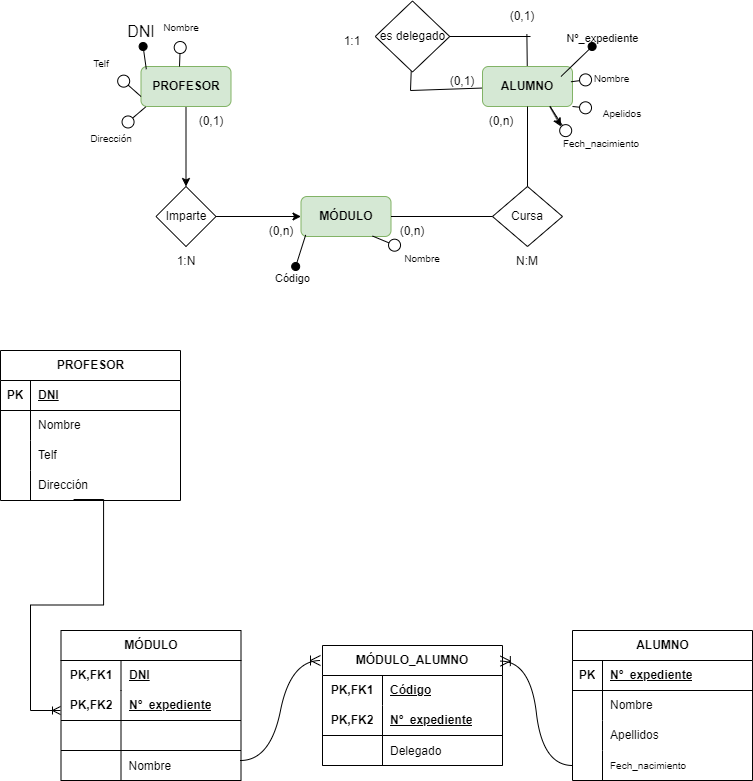
Before: Data Base/Exercise1E/R a Relacional.drawio.png, a diagram exported from draw.io (Samue45/1-DAM). Source tidied: cells renumbered, new cells last; positions are measured from the earlier drawing's top-left corner, leaving out a move shared by most shapes.
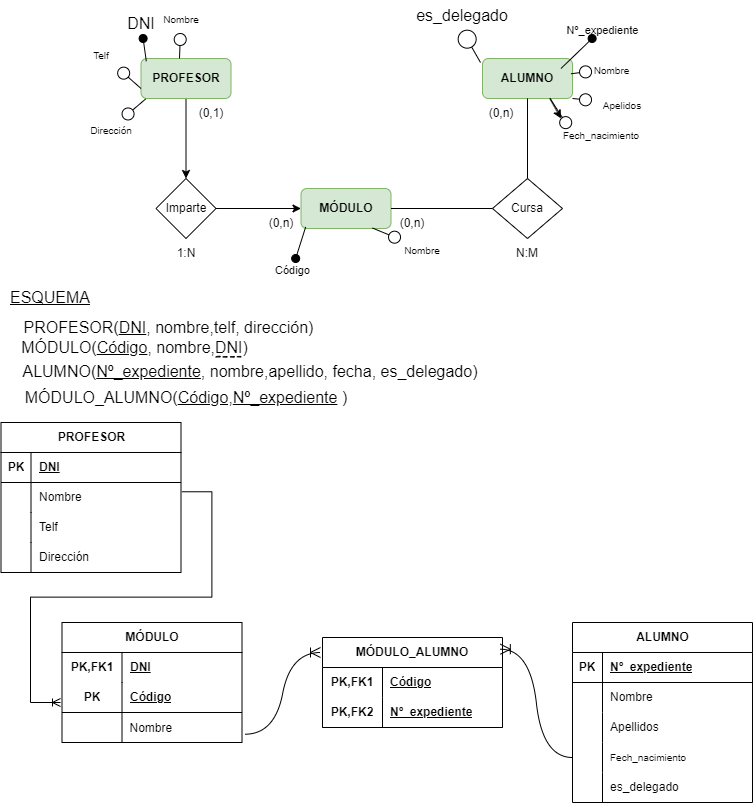
Later version of the same file.

Diff of the diagram source:
```diff
@@ -8,14 +8,6 @@
     <mxCell id="3" value="&lt;b&gt;&lt;font style=&quot;font-size: 12px;&quot;&gt;PROFESOR&lt;/font&gt;&lt;/b&gt;" style="rounded=1;whiteSpace=wrap;html=1;fillColor=#d5e8d4;strokeColor=#82b366;" parent="1" vertex="1">
       <mxGeometry x="140.5" y="66" width="90" height="40" as="geometry" />
     </mxCell>
-    <mxCell id="4" style="edgeStyle=none;curved=1;rounded=0;jettySize=auto;html=1;fontSize=12;startSize=8;endSize=8;endArrow=none;endFill=0;" parent="1" edge="1" source="6">
-      <mxGeometry relative="1" as="geometry">
-        <mxPoint x="410" y="90" as="targetPoint" />
-      </mxGeometry>
-    </mxCell>
-    <mxCell id="5" style="edgeStyle=none;curved=1;rounded=0;jettySize=auto;html=1;fontSize=12;startSize=8;endSize=8;endArrow=none;endFill=0;entryX=0.573;entryY=1.11;entryDx=0;entryDy=0;entryPerimeter=0;" parent="1" edge="1" source="6" target="97">
-      <mxGeometry relative="1" as="geometry" />
-    </mxCell>
     <mxCell id="6" value="&lt;b&gt;&lt;font style=&quot;font-size: 12px;&quot;&gt;ALUMNO&lt;/font&gt;&lt;/b&gt;" style="rounded=1;whiteSpace=wrap;html=1;fillColor=#d5e8d4;strokeColor=#82b366;" parent="1" vertex="1">
       <mxGeometry x="482" y="66" width="90" height="40" as="geometry" />
     </mxCell>
@@ -127,7 +119,7 @@
       <mxGeometry x="470.5" y="106" width="60" height="30" as="geometry" />
     </mxCell>
     <mxCell id="40" value="PROFESOR" style="shape=table;startSize=30;rowLines=0;fontStyle=1;align=center;html=1;" parent="1" vertex="1">
-      <mxGeometry y="350" width="180" height="150" as="geometry" />
+      <mxGeometry x="0.5" y="430" width="180" height="150" as="geometry" />
     </mxCell>
     <mxCell id="41" style="shape=tableRow;horizontal=0;startSize=0;swimlaneHead=0;swimlaneBody=0;fillColor=none;top=0;left=0;right=0;bottom=1;" parent="40" vertex="1">
       <mxGeometry y="30" width="180" height="30" as="geometry" />
@@ -166,7 +158,7 @@
       <mxGeometry x="30" width="150" height="30" as="geometry" />
     </mxCell>
     <mxCell id="53" value="ALUMNO" style="shape=table;startSize=30;rowLines=0;fontStyle=1;align=center;html=1;" parent="1" vertex="1">
-      <mxGeometry x="572" y="630" width="180" height="150" as="geometry" />
+      <mxGeometry x="572" y="630" width="180" height="180" as="geometry" />
     </mxCell>
     <mxCell id="54" style="shape=tableRow;horizontal=0;startSize=0;swimlaneHead=0;swimlaneBody=0;fillColor=none;top=0;left=0;right=0;bottom=1;" parent="53" vertex="1">
       <mxGeometry y="30" width="180" height="30" as="geometry" />
@@ -204,8 +196,17 @@
     <mxCell id="65" value="&lt;span style=&quot;font-size: 10px; text-align: center;&quot;&gt;Fech_nacimiento&lt;/span&gt;" style="shape=partialRectangle;fillColor=none;top=0;left=0;bottom=0;right=0;align=left;spacingLeft=6;overflow=hidden;whiteSpace=wrap;html=1;" parent="63" vertex="1">
       <mxGeometry x="30" width="150" height="30" as="geometry" />
     </mxCell>
+    <mxCell id="98" style="shape=tableRow;horizontal=0;startSize=0;swimlaneHead=0;swimlaneBody=0;fillColor=none;top=0;left=0;right=0;bottom=0;" parent="53" vertex="1">
+      <mxGeometry y="150" width="180" height="30" as="geometry" />
+    </mxCell>
+    <mxCell id="99" style="shape=partialRectangle;fillColor=none;top=0;left=0;bottom=0;right=0;overflow=hidden;whiteSpace=wrap;html=1;" parent="98" vertex="1">
+      <mxGeometry width="30" height="30" as="geometry" />
+    </mxCell>
+    <mxCell id="100" value="es_delegado" style="shape=partialRectangle;fillColor=none;top=0;left=0;bottom=0;right=0;align=left;spacingLeft=6;overflow=hidden;whiteSpace=wrap;html=1;" parent="98" vertex="1">
+      <mxGeometry x="30" width="150" height="30" as="geometry" />
+    </mxCell>
     <mxCell id="66" value="MÓDULO" style="shape=table;startSize=30;rowLines=0;fontStyle=1;align=center;html=1;whiteSpace=wrap;strokeWidth=1;swimlaneFillColor=none;fillColor=default;swimlaneLine=1;" parent="1" vertex="1">
-      <mxGeometry x="60.5" y="630" width="180" height="150" as="geometry" />
+      <mxGeometry x="61.5" y="630" width="180" height="120" as="geometry" />
     </mxCell>
     <mxCell id="67" style="shape=tableRow;horizontal=0;startSize=0;swimlaneHead=0;swimlaneBody=0;fillColor=none;top=0;left=0;right=0;bottom=0;html=1;" parent="66" vertex="1">
       <mxGeometry y="30" width="180" height="30" as="geometry" />
@@ -216,26 +217,17 @@
     <mxCell id="69" value="DNI" style="shape=partialRectangle;fillColor=none;top=0;left=0;bottom=0;right=0;align=left;spacingLeft=6;fontStyle=5;overflow=hidden;html=1;whiteSpace=wrap;" parent="67" vertex="1">
       <mxGeometry x="60" width="120" height="30" as="geometry" />
     </mxCell>
-    <mxCell id="70" style="shape=tableRow;horizontal=0;startSize=0;swimlaneHead=0;swimlaneBody=0;fillColor=none;top=0;left=0;right=0;bottom=1;html=1;" parent="66" vertex="1">
-      <mxGeometry y="60" width="180" height="30" as="geometry" />
-    </mxCell>
-    <mxCell id="71" value="PK,FK2" style="shape=partialRectangle;fillColor=none;top=0;left=0;bottom=0;right=0;fontStyle=1;overflow=hidden;html=1;whiteSpace=wrap;" parent="70" vertex="1">
-      <mxGeometry width="60" height="30" as="geometry" />
-    </mxCell>
-    <mxCell id="72" value="Nº_expediente" style="shape=partialRectangle;fillColor=none;top=0;left=0;bottom=0;right=0;align=left;spacingLeft=6;fontStyle=5;overflow=hidden;html=1;whiteSpace=wrap;" parent="70" vertex="1">
-      <mxGeometry x="60" width="120" height="30" as="geometry" />
-    </mxCell>
     <mxCell id="73" style="shape=tableRow;horizontal=0;startSize=0;swimlaneHead=0;swimlaneBody=0;fillColor=none;top=0;left=0;right=0;bottom=1;html=1;" parent="66" vertex="1">
-      <mxGeometry y="90" width="180" height="30" as="geometry" />
+      <mxGeometry y="60" width="180" height="30" as="geometry" />
     </mxCell>
-    <mxCell id="74" style="shape=partialRectangle;fillColor=none;top=0;left=0;bottom=0;right=0;fontStyle=1;overflow=hidden;html=1;whiteSpace=wrap;" parent="73" vertex="1">
+    <mxCell id="74" value="PK" style="shape=partialRectangle;fillColor=none;top=0;left=0;bottom=0;right=0;fontStyle=1;overflow=hidden;html=1;whiteSpace=wrap;" parent="73" vertex="1">
       <mxGeometry width="60" height="30" as="geometry" />
     </mxCell>
-    <mxCell id="75" style="shape=partialRectangle;fillColor=none;top=0;left=0;bottom=0;right=0;align=left;spacingLeft=6;fontStyle=5;overflow=hidden;html=1;whiteSpace=wrap;" parent="73" vertex="1">
+    <mxCell id="75" value="Código" style="shape=partialRectangle;fillColor=none;top=0;left=0;bottom=0;right=0;align=left;spacingLeft=6;fontStyle=5;overflow=hidden;html=1;whiteSpace=wrap;" parent="73" vertex="1">
       <mxGeometry x="60" width="120" height="30" as="geometry" />
     </mxCell>
     <mxCell id="76" style="shape=tableRow;horizontal=0;startSize=0;swimlaneHead=0;swimlaneBody=0;fillColor=none;points=[[0,0.5],[1,0.5]];portConstraint=eastwest;top=0;left=0;right=0;bottom=1;html=1;" parent="66" vertex="1">
-      <mxGeometry y="120" width="180" height="30" as="geometry" />
+      <mxGeometry y="90" width="180" height="30" as="geometry" />
     </mxCell>
     <mxCell id="77" style="shape=partialRectangle;fillColor=none;top=0;left=0;bottom=0;right=0;fontStyle=1;overflow=hidden;html=1;whiteSpace=wrap;" parent="76" vertex="1">
       <mxGeometry width="60" height="30" as="geometry" />
@@ -243,29 +235,20 @@
     <mxCell id="78" value="Nombre" style="shape=partialRectangle;fillColor=none;top=0;left=0;bottom=0;right=0;align=left;spacingLeft=6;overflow=hidden;" parent="76" vertex="1">
       <mxGeometry x="60" width="120" height="30" as="geometry" />
     </mxCell>
-    <mxCell id="79" style="edgeStyle=entityRelationEdgeStyle;fontSize=12;html=1;endArrow=ERoneToMany;rounded=0;exitX=0.406;exitY=0.967;exitDx=0;exitDy=0;exitPerimeter=0;" parent="1" edge="1" source="50">
+    <mxCell id="79" style="edgeStyle=entityRelationEdgeStyle;fontSize=12;html=1;endArrow=ERoneToMany;rounded=0;exitX=1.005;exitY=0.309;exitDx=0;exitDy=0;exitPerimeter=0;" parent="1" edge="1" source="44">
       <mxGeometry relative="1" as="geometry">
         <mxPoint x="60" y="710" as="targetPoint" />
         <Array as="points">
           <mxPoint x="220.5" y="515" />
+          <mxPoint x="91" y="590" />
+          <mxPoint x="80" y="590" />
+          <mxPoint x="80" y="590" />
+          <mxPoint x="70" y="600" />
         </Array>
       </mxGeometry>
     </mxCell>
-    <mxCell id="80" style="edgeStyle=none;curved=1;rounded=0;jettySize=auto;html=1;fontSize=12;startSize=8;endSize=8;endArrow=none;endFill=0;" parent="1" edge="1" source="82">
-      <mxGeometry relative="1" as="geometry">
-        <mxPoint x="410" y="90" as="targetPoint" />
-      </mxGeometry>
-    </mxCell>
-    <mxCell id="81" style="edgeStyle=none;curved=1;rounded=0;jettySize=auto;html=1;fontSize=12;startSize=8;endSize=8;endArrow=none;endFill=0;" parent="1" edge="1" source="82">
-      <mxGeometry relative="1" as="geometry">
-        <mxPoint x="530" y="36" as="targetPoint" />
-      </mxGeometry>
-    </mxCell>
-    <mxCell id="82" value="es delegado" style="rhombus;whiteSpace=wrap;html=1;" parent="1" vertex="1">
-      <mxGeometry x="374.8" y="0.5" width="74.5" height="71" as="geometry" />
-    </mxCell>
     <mxCell id="83" value="MÓDULO_ALUMNO" style="shape=table;startSize=30;rowLines=0;fontStyle=1;align=center;html=1;whiteSpace=wrap;strokeWidth=1;swimlaneFillColor=none;fillColor=default;swimlaneLine=1;" parent="1" vertex="1">
-      <mxGeometry x="322" y="645" width="180" height="120" as="geometry" />
+      <mxGeometry x="322" y="645" width="180" height="90" as="geometry" />
     </mxCell>
     <mxCell id="84" style="shape=tableRow;horizontal=0;startSize=0;swimlaneHead=0;swimlaneBody=0;fillColor=none;top=0;left=0;right=0;bottom=0;html=1;" parent="83" vertex="1">
       <mxGeometry y="30" width="180" height="30" as="geometry" />
@@ -285,32 +268,52 @@
     <mxCell id="89" value="Nº_expediente" style="shape=partialRectangle;fillColor=none;top=0;left=0;bottom=0;right=0;align=left;spacingLeft=6;fontStyle=5;overflow=hidden;html=1;whiteSpace=wrap;" parent="87" vertex="1">
       <mxGeometry x="60" width="120" height="30" as="geometry" />
     </mxCell>
-    <mxCell id="90" style="shape=tableRow;horizontal=0;startSize=0;swimlaneHead=0;swimlaneBody=0;fillColor=none;top=0;left=0;right=0;bottom=1;html=1;" parent="83" vertex="1">
-      <mxGeometry y="90" width="180" height="30" as="geometry" />
-    </mxCell>
-    <mxCell id="91" style="shape=partialRectangle;fillColor=none;top=0;left=0;bottom=0;right=0;fontStyle=1;overflow=hidden;html=1;whiteSpace=wrap;" parent="90" vertex="1">
-      <mxGeometry width="60" height="30" as="geometry" />
-    </mxCell>
-    <mxCell id="92" value="Delegado" style="shape=partialRectangle;fillColor=none;top=0;left=0;bottom=0;right=0;align=left;spacingLeft=6;overflow=hidden;" parent="90" vertex="1">
-      <mxGeometry x="60" width="120" height="30" as="geometry" />
-    </mxCell>
-    <mxCell id="93" style="edgeStyle=entityRelationEdgeStyle;fontSize=12;html=1;endArrow=ERoneToMany;rounded=0;startSize=8;endSize=8;curved=1;" parent="1" edge="1">
+    <mxCell id="93" style="edgeStyle=entityRelationEdgeStyle;fontSize=12;html=1;endArrow=ERoneToMany;rounded=0;startSize=8;endSize=8;curved=1;exitX=1.016;exitY=0.724;exitDx=0;exitDy=0;exitPerimeter=0;" parent="1" edge="1" source="76">
       <mxGeometry relative="1" as="geometry">
-        <mxPoint x="240" y="760" as="sourcePoint" />
         <mxPoint x="320" y="660" as="targetPoint" />
       </mxGeometry>
     </mxCell>
     <mxCell id="94" style="edgeStyle=entityRelationEdgeStyle;fontSize=12;html=1;endArrow=ERoneToMany;rounded=0;startSize=8;endSize=8;curved=1;exitX=0;exitY=0.5;exitDx=0;exitDy=0;entryX=0.988;entryY=0.13;entryDx=0;entryDy=0;entryPerimeter=0;" parent="1" edge="1" source="63" target="83">
       <mxGeometry relative="1" as="geometry" />
     </mxCell>
-    <mxCell id="95" value="1:1" style="text;html=1;align=center;verticalAlign=middle;whiteSpace=wrap;rounded=0;" parent="1" vertex="1">
-      <mxGeometry x="322" y="25.5" width="60" height="30" as="geometry" />
-    </mxCell>
-    <mxCell id="96" value="(0,1)" style="text;html=1;align=center;verticalAlign=middle;whiteSpace=wrap;rounded=0;" parent="1" vertex="1">
-      <mxGeometry x="432" y="66" width="60" height="30" as="geometry" />
-    </mxCell>
-    <mxCell id="97" value="(0,1)" style="text;html=1;align=center;verticalAlign=middle;whiteSpace=wrap;rounded=0;" parent="1" vertex="1">
-      <mxGeometry x="492" y="0.5" width="60" height="30" as="geometry" />
-    </mxCell>
+    <mxCell id="101" value="&lt;u&gt;ESQUEMA&lt;/u&gt;" style="text;html=1;align=center;verticalAlign=middle;whiteSpace=wrap;rounded=0;fontSize=16;" parent="1" vertex="1">
+      <mxGeometry x="20" y="290" width="60" height="30" as="geometry" />
+    </mxCell>
+    <mxCell id="102" value="PROFESOR(&lt;u&gt;DNI&lt;/u&gt;, nombre,telf, dirección)" style="text;html=1;align=center;verticalAlign=middle;whiteSpace=wrap;rounded=0;fontSize=16;" parent="1" vertex="1">
+      <mxGeometry x="7.2" y="320" width="322.8" height="30" as="geometry" />
+    </mxCell>
+    <mxCell id="103" value="MÓDULO(&lt;u&gt;Código&lt;/u&gt;, nombre,DNI)" style="text;html=1;align=center;verticalAlign=middle;whiteSpace=wrap;rounded=0;fontSize=16;" parent="1" vertex="1">
+      <mxGeometry x="17.7" y="340" width="232.8" height="30" as="geometry" />
+    </mxCell>
+    <mxCell id="104" style="group;" parent="1" vertex="1">
+      <mxGeometry x="215.2" y="363.8" width="25.3" height="1" as="geometry" />
+    </mxCell>
+    <mxCell id="105" style="shape=(stored shape, 820 characters);lineShape=1;strokeColor=default;" parent="104" vertex="1">
+      <mxGeometry width="4.5" height="1" as="geometry" />
+    </mxCell>
+    <mxCell id="106" style="shape=(stored shape, 796 characters);lineShape=1;strokeColor=default;" parent="104" vertex="1">
+      <mxGeometry x="7" y="0.2" width="4.4" height="0.7" as="geometry" />
+    </mxCell>
+    <mxCell id="107" style="shape=(stored shape, 784 characters);lineShape=1;strokeColor=default;" parent="104" vertex="1">
+      <mxGeometry x="14.5" y="0.2" width="4.1" height="0.7" as="geometry" />
+    </mxCell>
+    <mxCell id="108" style="shape=(stored shape, 780 characters);lineShape=1;strokeColor=default;" parent="104" vertex="1">
+      <mxGeometry x="21.2" y="0.1" width="4" height="0.6" as="geometry" />
+    </mxCell>
+    <mxCell id="109" value="ALUMNO(&lt;u&gt;Nº_expediente&lt;/u&gt;, nombre,apellido, fecha, es_delegado)" style="text;html=1;align=center;verticalAlign=middle;whiteSpace=wrap;rounded=0;fontSize=16;" parent="1" vertex="1">
+      <mxGeometry x="9.8" y="363.8" width="480.2" height="30" as="geometry" />
+    </mxCell>
+    <mxCell id="110" value="MÓDULO_ALUMNO(&lt;u&gt;Código,&lt;/u&gt;&lt;u&gt;Nº_expediente&lt;/u&gt;&amp;nbsp;)" style="text;html=1;align=center;verticalAlign=middle;whiteSpace=wrap;rounded=0;fontSize=16;" parent="1" vertex="1">
+      <mxGeometry x="0.5" y="390" width="369.5" height="30" as="geometry" />
+    </mxCell>
+    <mxCell id="111" value="es_delegado" style="text;html=1;align=center;verticalAlign=middle;whiteSpace=wrap;rounded=0;fontSize=16;" parent="1" vertex="1">
+      <mxGeometry x="432" y="8" width="60" height="30" as="geometry" />
+    </mxCell>
+    <mxCell id="112" style="endArrow=circle;html=1;rounded=0;fontSize=12;startSize=8;endSize=8;curved=1;entryX=0.5;entryY=1;entryDx=0;entryDy=0;endFill=0;" parent="1" edge="1">
+      <mxGeometry relative="1" as="geometry">
+        <mxPoint x="480" y="70" as="sourcePoint" />
+        <mxPoint x="461.7" y="38" as="targetPoint" />
+      </mxGeometry>
+    </mxCell>
   </root>
 </mxGraphModel>
```
